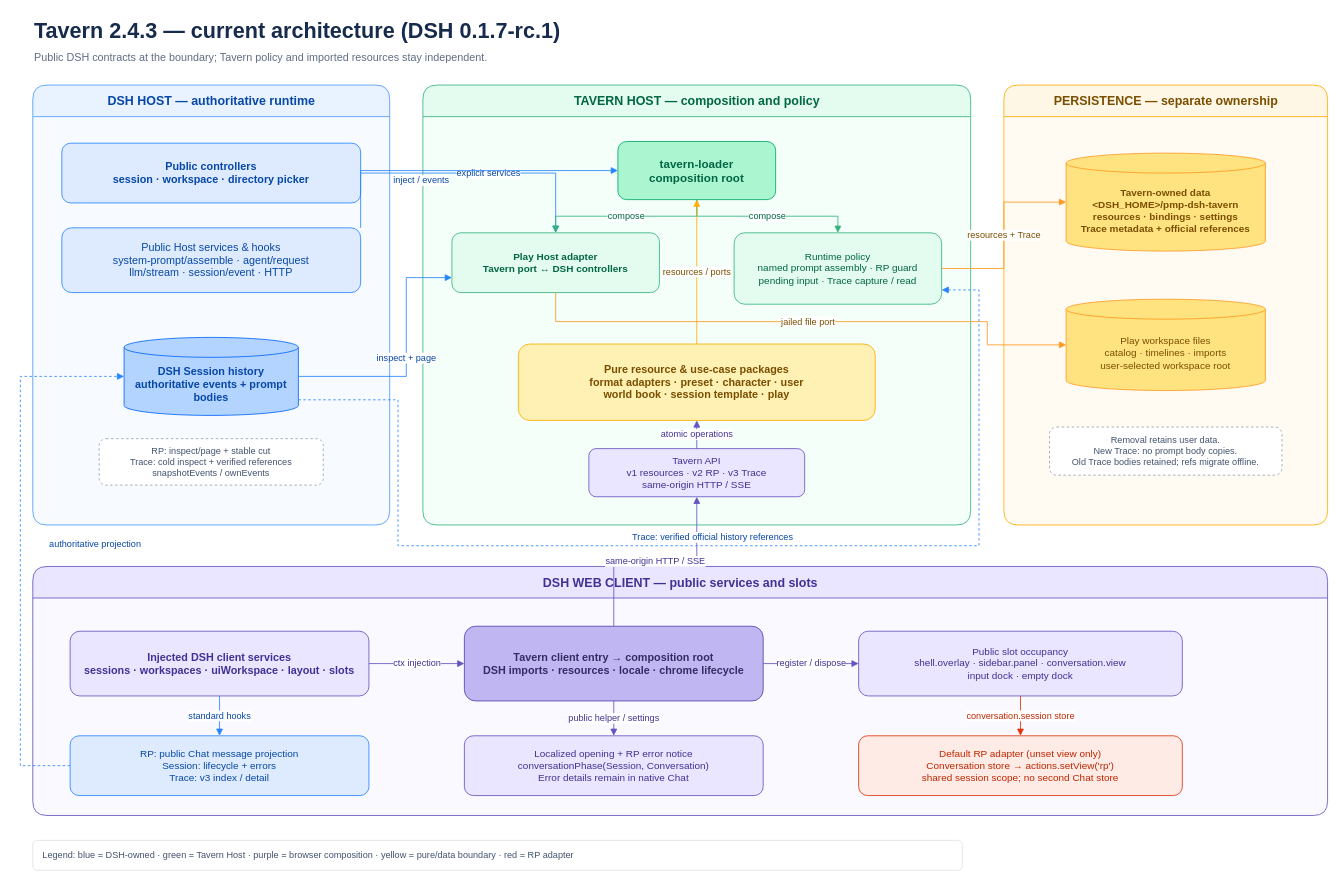
This is docs/assets/dsh-tavern-architecture.drawio from Player-MINEPIG/dsh-tavern, a draw.io file, before an edit. Source tidied: cells renumbered, new cells numbered last; positions are measured from the earlier drawing's top-left corner, leaving out a move shared by most shapes. Both pictures are drawn from the tidied source at 83%, with x=0, y=0 at pixel (20, 14).
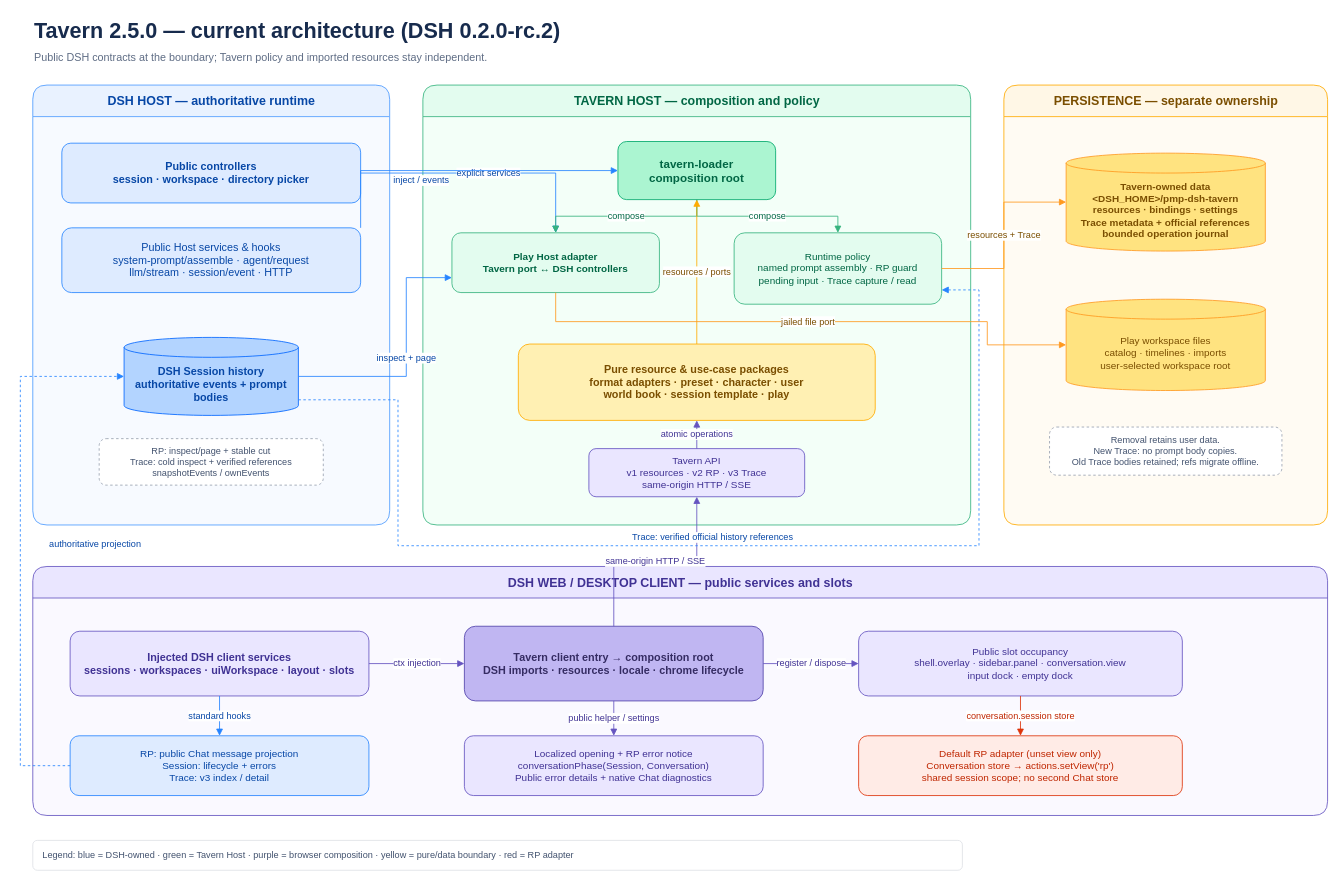
Above is the later version.

The change refers to these unchanged cells:
```xml
<mxCell id="15" value="PERSISTENCE — separate ownership" style="swimlane;html=1;rounded=1;horizontal=1;startSize=38;fillColor=#FFF7E6;swimlaneFillColor=#FFFBF3;strokeColor=#FFAB00;fontColor=#7A4E00;fontStyle=1;fontSize=15;" parent="1" vertex="1">
  <mxGeometry x="1185" y="85" width="390" height="530" as="geometry" />
</mxCell>
```

The edit, as a diff of the source:
```diff
@@
-    <mxCell id="2" value="Tavern 2.4.3 — current architecture (DSH 0.1.7-rc.1)" style="text;html=1;strokeColor=none;fillColor=none;align=left;verticalAlign=middle;fontSize=26;fontStyle=1;fontColor=#172B4D;" parent="1" vertex="1">
+    <mxCell id="2" value="Tavern 2.5.0 — current architecture (DSH 0.2.0-rc.2)" style="text;html=1;strokeColor=none;fillColor=none;align=left;verticalAlign=middle;fontSize=26;fontStyle=1;fontColor=#172B4D;" parent="1" vertex="1">
       <mxGeometry x="15" width="1040" height="40" as="geometry" />
     </mxCell>
@@
-    <mxCell id="16" value="Tavern-owned data&#10;&amp;lt;DSH_HOME&amp;gt;/pmp-dsh-tavern&#10;resources · bindings · settings&#10;Trace metadata + official references" style="shape=cylinder3;whiteSpace=wrap;html=1;boundedLbl=1;backgroundOutline=1;size=12;fillColor=#FFE380;strokeColor=#FF991F;fontColor=#7A4E00;fontStyle=1;fontSize=12;" parent="15" vertex="1">
+    <mxCell id="16" value="Tavern-owned data&#10;&amp;lt;DSH_HOME&amp;gt;/pmp-dsh-tavern&#10;resources · bindings · settings&#10;Trace metadata + official references&#10;bounded operation journal" style="shape=cylinder3;whiteSpace=wrap;html=1;boundedLbl=1;backgroundOutline=1;size=12;fillColor=#FFE380;strokeColor=#FF991F;fontColor=#7A4E00;fontStyle=1;fontSize=12;" parent="15" vertex="1">
       <mxGeometry x="75" y="82" width="240" height="118" as="geometry" />
     </mxCell>
@@
-    <mxCell id="19" value="DSH WEB CLIENT — public services and slots" style="swimlane;html=1;rounded=1;horizontal=1;startSize=38;fillColor=#EAE6FF;swimlaneFillColor=#FAF9FF;strokeColor=#6554C0;fontColor=#403294;fontStyle=1;fontSize=15;" parent="1" vertex="1">
+    <mxCell id="19" value="DSH WEB / DESKTOP CLIENT — public services and slots" style="swimlane;html=1;rounded=1;horizontal=1;startSize=38;fillColor=#EAE6FF;swimlaneFillColor=#FAF9FF;strokeColor=#6554C0;fontColor=#403294;fontStyle=1;fontSize=15;" parent="1" vertex="1">
       <mxGeometry x="15" y="665" width="1560" height="300" as="geometry" />
     </mxCell>
@@
-    <mxCell id="25" value="Localized opening + RP error notice&#10;conversationPhase(Session, Conversation)&#10;Error details remain in native Chat" style="rounded=1;whiteSpace=wrap;html=1;fillColor=#EAE6FF;strokeColor=#6554C0;fontColor=#403294;fontSize=12;spacing=8;" parent="19" vertex="1">
+    <mxCell id="25" value="Localized opening + RP error notice&#10;conversationPhase(Session, Conversation)&#10;Public error details + native Chat diagnostics" style="rounded=1;whiteSpace=wrap;html=1;fillColor=#EAE6FF;strokeColor=#6554C0;fontColor=#403294;fontSize=12;spacing=8;" parent="19" vertex="1">
       <mxGeometry x="520" y="204" width="360" height="72" as="geometry" />
     </mxCell>
```
